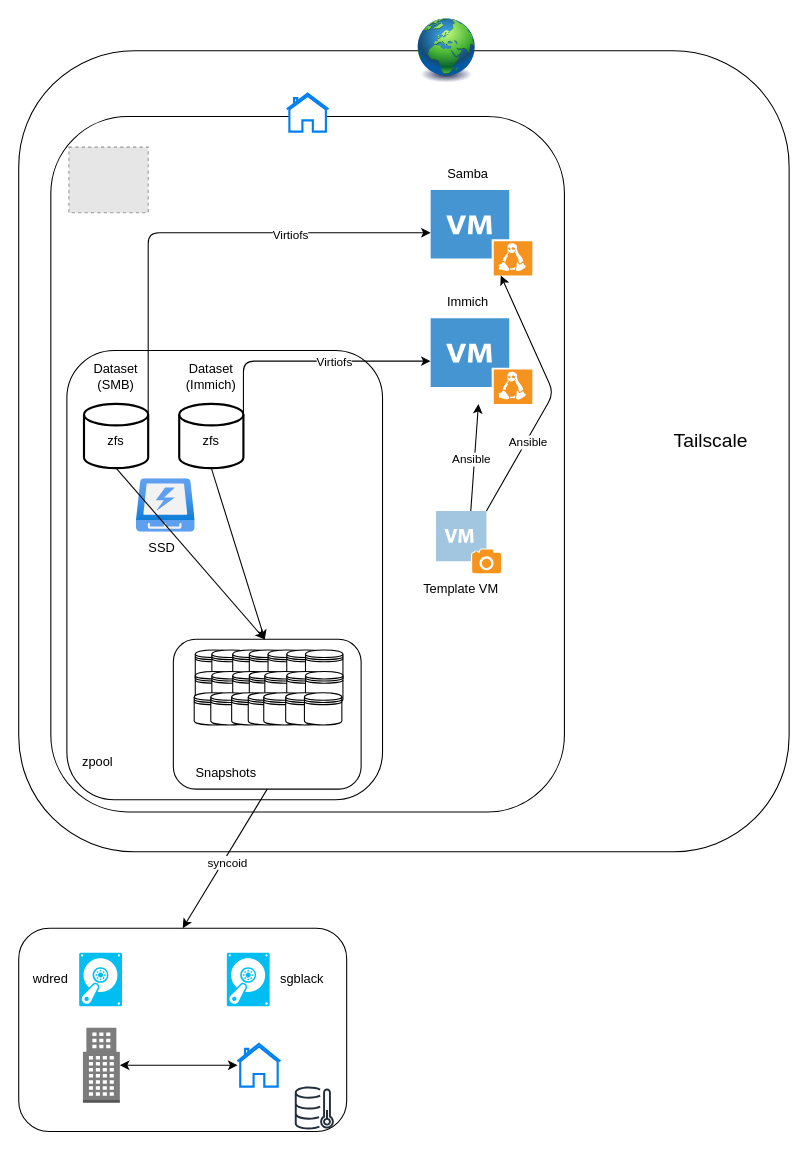
Before: setup.drawio in HakonSkogsrud/serversetup, a draw.io diagram. Source tidied: cells renumbered, new cells numbered last; positions are measured from the earlier drawing's top-left corner, leaving out a move shared by most shapes. Both pictures are drawn from the tidied source at 107%, with x=0, y=0 at pixel (18, 18). Pictures stored in the file or linked from it are replaced by grey dashed boxes.
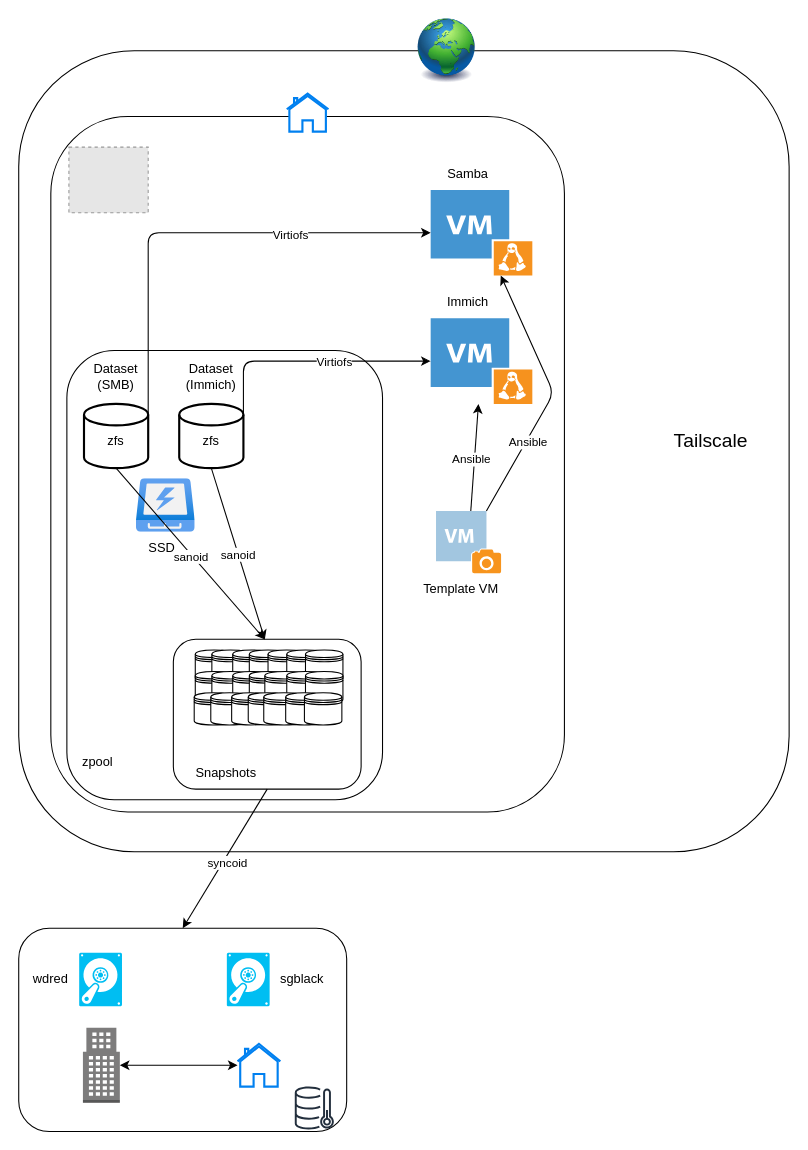
After the change.

Unchanged cells that the change refers to:
```xml
<mxCell id="66" style="edgeStyle=none;html=1;exitX=0.5;exitY=1;exitDx=0;exitDy=0;exitPerimeter=0;entryX=0.627;entryY=0.643;entryDx=0;entryDy=0;entryPerimeter=0;" parent="1" edge="1" source="17" target="7">
  <mxGeometry relative="1" as="geometry" />
</mxCell>
<mxCell id="67" style="edgeStyle=none;html=1;exitX=0.5;exitY=1;exitDx=0;exitDy=0;exitPerimeter=0;entryX=0.627;entryY=0.643;entryDx=0;entryDy=0;entryPerimeter=0;" parent="1" edge="1" source="14" target="7">
  <mxGeometry relative="1" as="geometry" />
</mxCell>
```

The edit, as a diff of the source:
```diff
@@
+    <mxCell id="68" value="sanoid" style="edgeLabel;html=1;align=center;verticalAlign=middle;" parent="66" vertex="1">
+      <mxGeometry y="-1" relative="1" as="geometry" />
+    </mxCell>
@@
+    <mxCell id="69" value="sanoid" style="edgeLabel;html=1;align=center;verticalAlign=middle;" parent="67" vertex="1">
+      <mxGeometry x="0.02" y="-2" relative="1" as="geometry" />
+    </mxCell>
```
